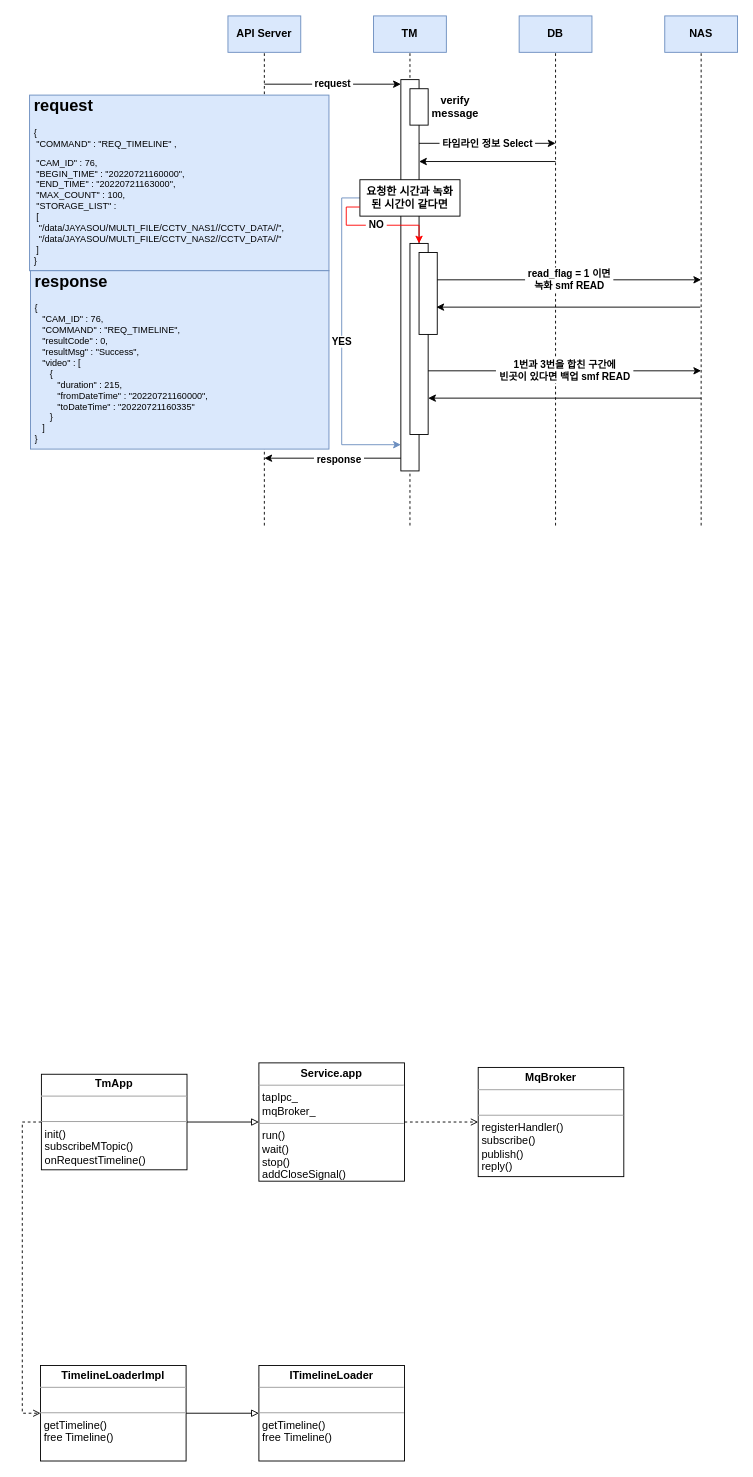
The draw.io diagram TM.drawio in JaeHyeon774/NEWTIL, before the edit. Source tidied: cells renumbered, new cells numbered last; positions are measured from the earlier drawing's top-left corner, leaving out a move shared by most shapes. Both pictures are drawn from the tidied source at 91%, with x=0, y=0 at pixel (29, 15).
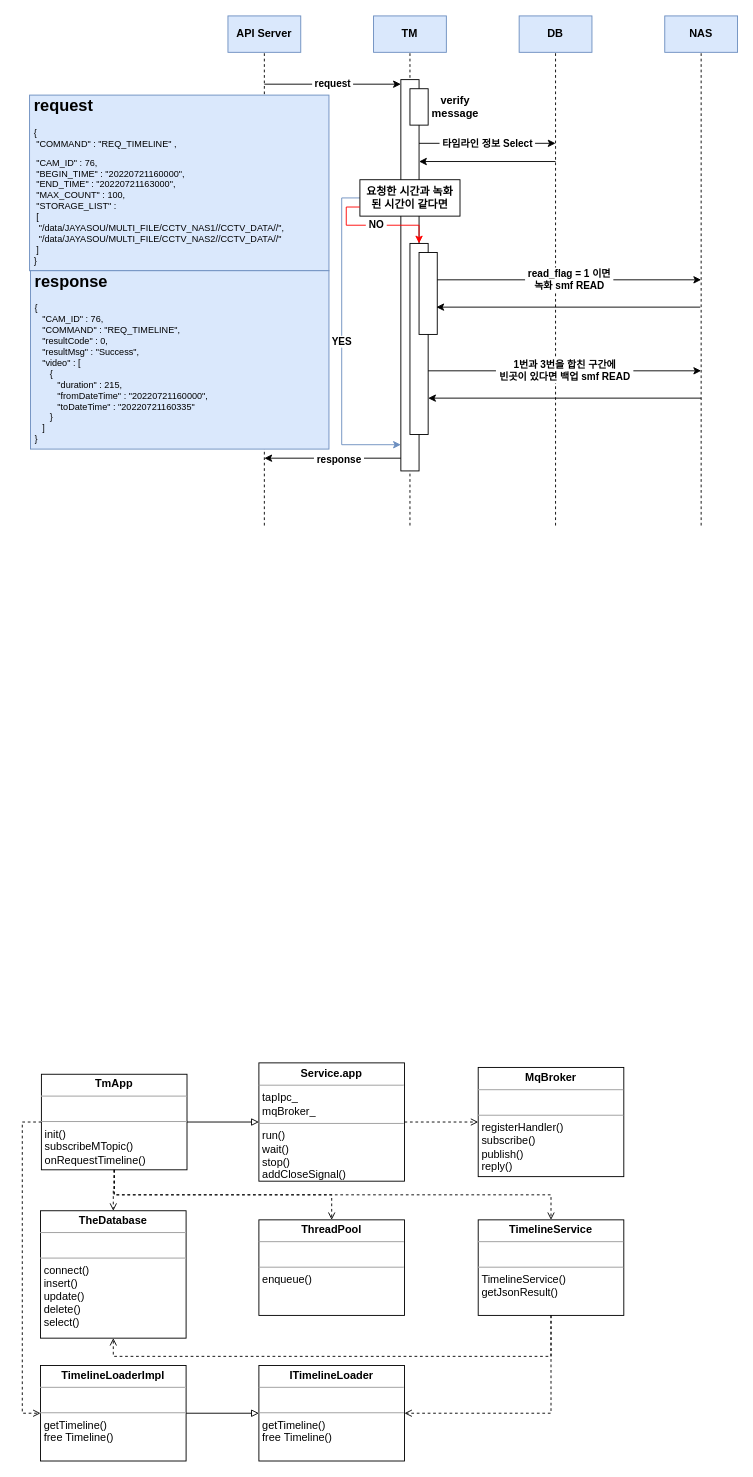
After the change.

Unchanged cells that the change refers to:
```xml
<mxCell id="31" value="&lt;p style=&quot;margin:0px;margin-top:4px;text-align:center;&quot;&gt;&lt;b&gt;TmApp&lt;/b&gt;&lt;/p&gt;&lt;hr size=&quot;1&quot;&gt;&lt;p style=&quot;margin:0px;margin-left:4px;&quot;&gt;&lt;br&gt;&lt;/p&gt;&lt;hr size=&quot;1&quot;&gt;&lt;p style=&quot;margin:0px;margin-left:4px;&quot;&gt;init()&lt;/p&gt;&lt;p style=&quot;margin:0px;margin-left:4px;&quot;&gt;subscribeMTopic()&lt;/p&gt;&lt;p style=&quot;margin:0px;margin-left:4px;&quot;&gt;onRequestTimeline()&lt;/p&gt;&lt;p style=&quot;margin:0px;margin-left:4px;&quot;&gt;&lt;br&gt;&lt;/p&gt;" style="verticalAlign=top;align=left;overflow=fill;fontSize=12;fontFamily=Helvetica;html=1;" parent="1" vertex="1">
  <mxGeometry x="13" y="1163" width="160" height="105" as="geometry" />
</mxCell>
<mxCell id="37" value="&lt;p style=&quot;margin:0px;margin-top:4px;text-align:center;&quot;&gt;&lt;b&gt;ITimelineLoader&lt;/b&gt;&lt;/p&gt;&lt;hr size=&quot;1&quot;&gt;&lt;p style=&quot;margin:0px;margin-left:4px;&quot;&gt;&lt;br&gt;&lt;/p&gt;&lt;hr size=&quot;1&quot;&gt;&lt;p style=&quot;margin:0px;margin-left:4px;&quot;&gt;getTimeline()&lt;/p&gt;&lt;p style=&quot;margin:0px;margin-left:4px;&quot;&gt;free Timeline()&lt;/p&gt;" style="verticalAlign=top;align=left;overflow=fill;fontSize=12;fontFamily=Helvetica;html=1;" parent="1" vertex="1">
  <mxGeometry x="252" y="1483" width="160" height="105" as="geometry" />
</mxCell>
```

Change to the diagram source:
```diff
@@
+    <mxCell id="38" value="&lt;p style=&quot;margin:0px;margin-top:4px;text-align:center;&quot;&gt;&lt;b&gt;TheDatabase&lt;/b&gt;&lt;/p&gt;&lt;hr size=&quot;1&quot;&gt;&lt;p style=&quot;margin:0px;margin-left:4px;&quot;&gt;&lt;br&gt;&lt;/p&gt;&lt;hr size=&quot;1&quot;&gt;&lt;p style=&quot;margin:0px;margin-left:4px;&quot;&gt;connect()&lt;/p&gt;&lt;p style=&quot;margin:0px;margin-left:4px;&quot;&gt;insert()&lt;/p&gt;&lt;p style=&quot;margin:0px;margin-left:4px;&quot;&gt;update()&lt;/p&gt;&lt;p style=&quot;margin:0px;margin-left:4px;&quot;&gt;delete()&lt;/p&gt;&lt;p style=&quot;margin:0px;margin-left:4px;&quot;&gt;select()&lt;/p&gt;" style="verticalAlign=top;align=left;overflow=fill;fontSize=12;fontFamily=Helvetica;html=1;" parent="1" vertex="1">
+      <mxGeometry x="12" y="1313" width="160" height="140" as="geometry" />
+    </mxCell>
+    <mxCell id="39" value="&lt;p style=&quot;margin:0px;margin-top:4px;text-align:center;&quot;&gt;&lt;b&gt;ThreadPool&lt;/b&gt;&lt;/p&gt;&lt;hr size=&quot;1&quot;&gt;&lt;p style=&quot;margin:0px;margin-left:4px;&quot;&gt;&lt;br&gt;&lt;/p&gt;&lt;hr size=&quot;1&quot;&gt;&lt;p style=&quot;margin:0px;margin-left:4px;&quot;&gt;enqueue()&lt;/p&gt;" style="verticalAlign=top;align=left;overflow=fill;fontSize=12;fontFamily=Helvetica;html=1;" parent="1" vertex="1">
+      <mxGeometry x="252" y="1323" width="160" height="105" as="geometry" />
+    </mxCell>
+    <mxCell id="40" value="&lt;p style=&quot;margin:0px;margin-top:4px;text-align:center;&quot;&gt;&lt;b&gt;TimelineService&lt;/b&gt;&lt;/p&gt;&lt;hr size=&quot;1&quot;&gt;&lt;p style=&quot;margin:0px;margin-left:4px;&quot;&gt;&lt;br&gt;&lt;/p&gt;&lt;hr size=&quot;1&quot;&gt;&lt;p style=&quot;margin:0px;margin-left:4px;&quot;&gt;TimelineService()&lt;/p&gt;&lt;p style=&quot;margin:0px;margin-left:4px;&quot;&gt;getJsonResult()&lt;/p&gt;" style="verticalAlign=top;align=left;overflow=fill;fontSize=12;fontFamily=Helvetica;html=1;" parent="1" vertex="1">
+      <mxGeometry x="493" y="1323" width="160" height="105" as="geometry" />
+    </mxCell>
+    <mxCell id="41" style="edgeStyle=orthogonalEdgeStyle;rounded=0;jettySize=auto;html=1;exitX=0.5;exitY=1;exitDx=0;exitDy=0;entryX=0.5;entryY=0;entryDx=0;entryDy=0;fontSize=10;endArrow=open;endFill=0;dashed=1;" parent="1" edge="1" source="31" target="38">
+      <mxGeometry relative="1" as="geometry" />
+    </mxCell>
+    <mxCell id="42" style="edgeStyle=orthogonalEdgeStyle;rounded=0;jettySize=auto;html=1;exitX=0.5;exitY=1;exitDx=0;exitDy=0;entryX=0.5;entryY=0;entryDx=0;entryDy=0;fontSize=10;endArrow=open;endFill=0;dashed=1;" parent="1" edge="1" source="31" target="39">
+      <mxGeometry relative="1" as="geometry" />
+    </mxCell>
+    <mxCell id="43" style="edgeStyle=orthogonalEdgeStyle;rounded=0;jettySize=auto;html=1;exitX=0.5;exitY=1;exitDx=0;exitDy=0;entryX=0.5;entryY=0;entryDx=0;entryDy=0;fontSize=10;endArrow=open;endFill=0;dashed=1;" parent="1" edge="1" source="31" target="40">
+      <mxGeometry relative="1" as="geometry" />
+    </mxCell>
+    <mxCell id="44" style="edgeStyle=orthogonalEdgeStyle;rounded=0;jettySize=auto;html=1;exitX=0.5;exitY=1;exitDx=0;exitDy=0;entryX=0.5;entryY=1;entryDx=0;entryDy=0;fontSize=10;endArrow=open;endFill=0;dashed=1;" parent="1" edge="1" source="40" target="38">
+      <mxGeometry relative="1" as="geometry" />
+    </mxCell>
+    <mxCell id="45" style="edgeStyle=orthogonalEdgeStyle;rounded=0;jettySize=auto;html=1;exitX=0.5;exitY=1;exitDx=0;exitDy=0;entryX=1;entryY=0.5;entryDx=0;entryDy=0;fontSize=10;endArrow=open;endFill=0;dashed=1;" parent="1" edge="1" source="40" target="37">
+      <mxGeometry relative="1" as="geometry" />
+    </mxCell>
```
